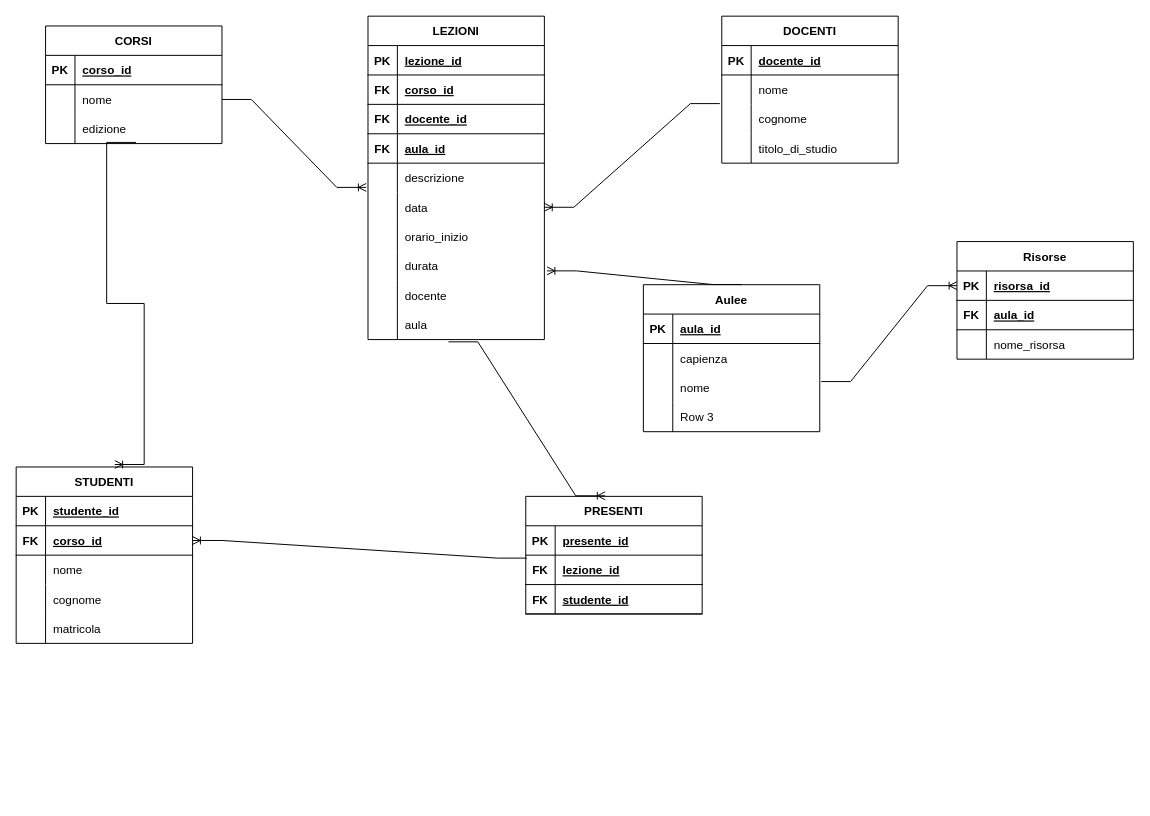
Ilthepriest/Diagramma keeps this draw.io diagram as Nuova cartella/Diagramma senza titolo.drawio. Above is the earlier version. Source tidied: cells renumbered, new cells numbered last; positions are measured from the earlier drawing's top-left corner, leaving out a move shared by most shapes. Both pictures are drawn from the tidied source at 98%, with x=0, y=0 at pixel (16, 16).
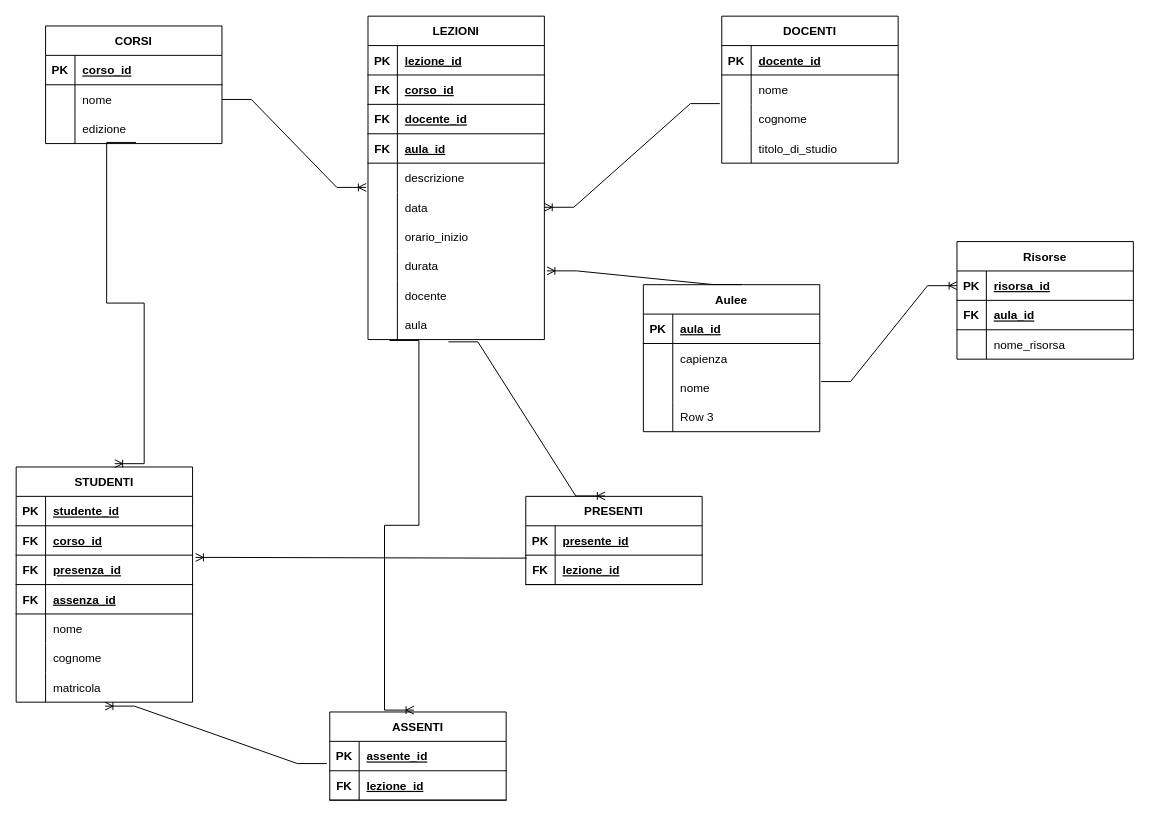
The same page after the edit.

The change refers to these unchanged cells:
```xml
<mxCell id="40" style="shape=tableRow;horizontal=0;startSize=0;swimlaneHead=0;swimlaneBody=0;fillColor=none;points=[[0,0.5],[1,0.5]];portConstraint=eastwest;top=0;left=0;right=0;bottom=0;" parent="12" vertex="1">
  <mxGeometry y="300" width="180" height="30" as="geometry" />
</mxCell>
<mxCell id="87" style="shape=tableRow;horizontal=0;startSize=0;swimlaneHead=0;swimlaneBody=0;fillColor=none;points=[[0,0.5],[1,0.5]];portConstraint=eastwest;top=0;left=0;right=0;bottom=1;" parent="83" vertex="1">
  <mxGeometry y="60" width="180" height="30" as="geometry" />
</mxCell>
<mxCell id="104" style="shape=tableRow;horizontal=0;startSize=0;swimlaneHead=0;swimlaneBody=0;fillColor=none;points=[[0,0.5],[1,0.5]];portConstraint=eastwest;top=0;left=0;right=0;bottom=1;" parent="100" vertex="1">
  <mxGeometry y="60" width="180" height="30" as="geometry" />
</mxCell>
```

What changed in the source:
```diff
@@
     <mxCell id="83" value="STUDENTI" style="shape=table;startSize=30;childLayout=tableLayout;rowLines=0;fontStyle=1;align=center;" parent="1" vertex="1">
-      <mxGeometry y="460" width="180" height="180" as="geometry" />
+      <mxGeometry y="460" width="180" height="240" as="geometry" />
     </mxCell>
@@
+    <mxCell id="107" style="shape=tableRow;horizontal=0;startSize=0;swimlaneHead=0;swimlaneBody=0;fillColor=none;top=0;left=0;right=0;bottom=1;" parent="83" vertex="1">
+      <mxGeometry y="90" width="180" height="30" as="geometry" />
+    </mxCell>
+    <mxCell id="112" value="FK" style="shape=partialRectangle;fillColor=none;top=0;left=0;bottom=0;right=0;fontStyle=1;overflow=hidden;" parent="107" vertex="1">
+      <mxGeometry width="30" height="30" as="geometry" />
+    </mxCell>
+    <mxCell id="113" value="presenza_id" style="shape=partialRectangle;fillColor=none;top=0;left=0;bottom=0;right=0;align=left;spacingLeft=6;fontStyle=5;overflow=hidden;" parent="107" vertex="1">
+      <mxGeometry x="30" width="150" height="30" as="geometry" />
+    </mxCell>
+    <mxCell id="114" style="shape=tableRow;horizontal=0;startSize=0;swimlaneHead=0;swimlaneBody=0;fillColor=none;top=0;left=0;right=0;bottom=1;" parent="83" vertex="1">
+      <mxGeometry y="120" width="180" height="30" as="geometry" />
+    </mxCell>
+    <mxCell id="115" value="FK" style="shape=partialRectangle;fillColor=none;top=0;left=0;bottom=0;right=0;fontStyle=1;overflow=hidden;" parent="114" vertex="1">
+      <mxGeometry width="30" height="30" as="geometry" />
+    </mxCell>
+    <mxCell id="116" value="assenza_id" style="shape=partialRectangle;fillColor=none;top=0;left=0;bottom=0;right=0;align=left;spacingLeft=6;fontStyle=5;overflow=hidden;" parent="114" vertex="1">
+      <mxGeometry x="30" width="150" height="30" as="geometry" />
+    </mxCell>
     <mxCell id="90" style="shape=tableRow;horizontal=0;startSize=0;swimlaneHead=0;swimlaneBody=0;fillColor=none;top=0;left=0;right=0;bottom=0;" parent="83" vertex="1">
-      <mxGeometry y="90" width="180" height="30" as="geometry" />
+      <mxGeometry y="150" width="180" height="30" as="geometry" />
     </mxCell>
@@
     <mxCell id="93" style="shape=tableRow;horizontal=0;startSize=0;swimlaneHead=0;swimlaneBody=0;fillColor=none;top=0;left=0;right=0;bottom=0;" parent="83" vertex="1">
-      <mxGeometry y="120" width="180" height="30" as="geometry" />
+      <mxGeometry y="180" width="180" height="30" as="geometry" />
     </mxCell>
@@
     <mxCell id="96" style="shape=tableRow;horizontal=0;startSize=0;swimlaneHead=0;swimlaneBody=0;fillColor=none;points=[[0,0.5],[1,0.5]];portConstraint=eastwest;top=0;left=0;right=0;bottom=0;" parent="83" vertex="1">
-      <mxGeometry y="150" width="180" height="30" as="geometry" />
+      <mxGeometry y="210" width="180" height="30" as="geometry" />
     </mxCell>
@@
     <mxCell id="100" value="PRESENTI" style="shape=table;startSize=30;childLayout=tableLayout;rowLines=0;fontStyle=1;align=center;" parent="1" vertex="1">
-      <mxGeometry x="520" y="490" width="180" height="120" as="geometry" />
+      <mxGeometry x="520" y="490" width="180" height="90" as="geometry" />
     </mxCell>
@@
-    <mxCell id="107" style="shape=tableRow;horizontal=0;startSize=0;swimlaneHead=0;swimlaneBody=0;fillColor=none;top=0;left=0;right=0;bottom=1;" parent="100" vertex="1">
-      <mxGeometry y="90" width="180" height="30" as="geometry" />
-    </mxCell>
-    <mxCell id="108" value="FK" style="shape=partialRectangle;fillColor=none;top=0;left=0;bottom=0;right=0;fontStyle=1;overflow=hidden;" parent="107" vertex="1">
-      <mxGeometry width="30" height="30" as="geometry" />
-    </mxCell>
-    <mxCell id="109" value="studente_id" style="shape=partialRectangle;fillColor=none;top=0;left=0;bottom=0;right=0;align=left;spacingLeft=6;fontStyle=5;overflow=hidden;" parent="107" vertex="1">
-      <mxGeometry x="30" width="150" height="30" as="geometry" />
-    </mxCell>
@@
-    <mxCell id="111" style="edgeStyle=entityRelationEdgeStyle;fontSize=12;html=1;endArrow=ERoneToMany;rounded=0;exitX=0.006;exitY=0.1;exitDx=0;exitDy=0;exitPerimeter=0;entryX=1;entryY=0.5;entryDx=0;entryDy=0;" parent="1" edge="1" source="104" target="87">
+    <mxCell id="111" style="edgeStyle=entityRelationEdgeStyle;fontSize=12;html=1;endArrow=ERoneToMany;rounded=0;exitX=0.006;exitY=0.1;exitDx=0;exitDy=0;exitPerimeter=0;entryX=1.017;entryY=1.077;entryDx=0;entryDy=0;entryPerimeter=0;" parent="1" edge="1" source="104" target="87">
       <mxGeometry relative="1" as="geometry" />
     </mxCell>
+    <mxCell id="117" value="ASSENTI" style="shape=table;startSize=30;childLayout=tableLayout;rowLines=0;fontStyle=1;align=center;" parent="1" vertex="1">
+      <mxGeometry x="320" y="710" width="180" height="90" as="geometry" />
+    </mxCell>
+    <mxCell id="118" style="shape=tableRow;horizontal=0;startSize=0;swimlaneHead=0;swimlaneBody=0;fillColor=none;points=[[0,0.5],[1,0.5]];portConstraint=eastwest;top=0;left=0;right=0;bottom=1;" parent="117" vertex="1">
+      <mxGeometry y="30" width="180" height="30" as="geometry" />
+    </mxCell>
+    <mxCell id="119" value="PK" style="shape=partialRectangle;fillColor=none;top=0;left=0;bottom=0;right=0;fontStyle=1;overflow=hidden;" parent="118" vertex="1">
+      <mxGeometry width="30" height="30" as="geometry" />
+    </mxCell>
+    <mxCell id="120" value="assente_id" style="shape=partialRectangle;fillColor=none;top=0;left=0;bottom=0;right=0;align=left;spacingLeft=6;fontStyle=5;overflow=hidden;" parent="118" vertex="1">
+      <mxGeometry x="30" width="150" height="30" as="geometry" />
+    </mxCell>
+    <mxCell id="121" style="shape=tableRow;horizontal=0;startSize=0;swimlaneHead=0;swimlaneBody=0;fillColor=none;top=0;left=0;right=0;bottom=1;" parent="117" vertex="1">
+      <mxGeometry y="60" width="180" height="30" as="geometry" />
+    </mxCell>
+    <mxCell id="122" value="FK" style="shape=partialRectangle;fillColor=none;top=0;left=0;bottom=0;right=0;fontStyle=1;overflow=hidden;" parent="121" vertex="1">
+      <mxGeometry width="30" height="30" as="geometry" />
+    </mxCell>
+    <mxCell id="123" value="lezione_id" style="shape=partialRectangle;fillColor=none;top=0;left=0;bottom=0;right=0;align=left;spacingLeft=6;fontStyle=5;overflow=hidden;" parent="121" vertex="1">
+      <mxGeometry x="30" width="150" height="30" as="geometry" />
+    </mxCell>
+    <mxCell id="124" style="edgeStyle=entityRelationEdgeStyle;fontSize=12;html=1;endArrow=ERoneToMany;rounded=0;exitX=0.122;exitY=1.031;exitDx=0;exitDy=0;exitPerimeter=0;entryX=0.477;entryY=-0.021;entryDx=0;entryDy=0;entryPerimeter=0;" parent="1" edge="1" source="40" target="117">
+      <mxGeometry relative="1" as="geometry" />
+    </mxCell>
+    <mxCell id="125" style="edgeStyle=entityRelationEdgeStyle;fontSize=12;html=1;endArrow=ERoneToMany;rounded=0;exitX=-0.017;exitY=0.755;exitDx=0;exitDy=0;exitPerimeter=0;entryX=0.504;entryY=1.134;entryDx=0;entryDy=0;entryPerimeter=0;" parent="1" edge="1" source="118" target="96">
+      <mxGeometry relative="1" as="geometry" />
+    </mxCell>
```
